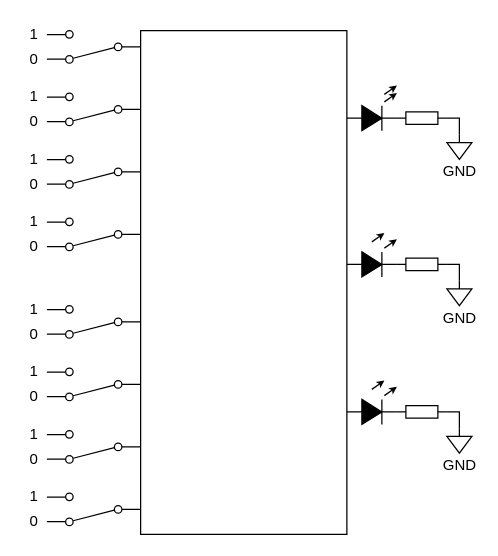
zeandon/draw.io keeps this draw.io diagram as 四位大小比较器.drawio. Above is the earlier version. Source tidied: cells renumbered, new cells numbered last; positions are measured from the earlier drawing's top-left corner, leaving out a move shared by most shapes. Both pictures are drawn from the tidied source at 125%, with x=0, y=0 at pixel (21, 21).
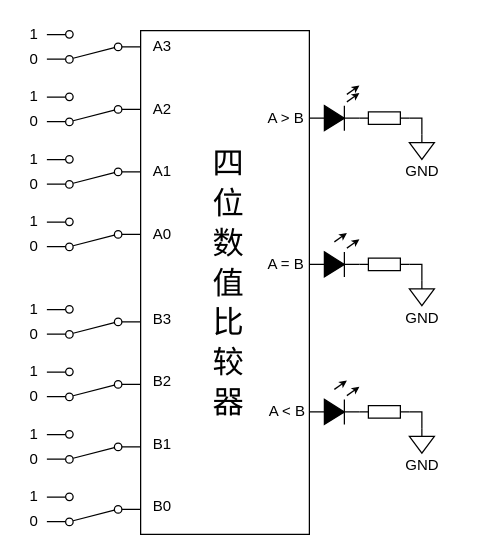
The same page after the edit.

Commit message (it also covers changes not shown here):
更新四位大小比较器.drawio

Diff of the diagram source:
```diff
@@
-    <mxCell id="14" style="rounded=0;whiteSpace=wrap;html=1;" parent="1" vertex="1">
-      <mxGeometry x="95" y="7" width="165" height="403" as="geometry" />
+    <mxCell id="14" value="四 位 数 值 比 较 器" style="rounded=0;whiteSpace=wrap;html=1;verticalAlign=middle;textDirection=vertical-lr;fontSize=25;" parent="1" vertex="1">
+      <mxGeometry x="95" y="7" width="135" height="403" as="geometry" />
     </mxCell>
@@
     <mxCell id="27" style="fillColor=strokeColor;verticalLabelPosition=bottom;shadow=0;dashed=0;align=center;html=1;verticalAlign=top;shape=mxgraph.electrical.diodes.diode;" parent="1" vertex="1">
-      <mxGeometry x="260" y="67" width="40" height="20" as="geometry" />
+      <mxGeometry x="230" y="67" width="40" height="20" as="geometry" />
     </mxCell>
     <mxCell id="28" value="GND" style="verticalLabelPosition=bottom;shadow=0;dashed=0;align=center;html=1;verticalAlign=middle;shape=mxgraph.electrical.signal_sources.signal_ground;strokeColor=default;fontFamily=Helvetica;fontSize=12;fontColor=default;fillColor=default;" parent="1" vertex="1">
-      <mxGeometry x="340" y="90" width="20" height="20" as="geometry" />
+      <mxGeometry x="310" y="90" width="20" height="20" as="geometry" />
     </mxCell>
     <mxCell id="29" style="endArrow=none;html=1;rounded=0;fontFamily=Helvetica;fontSize=12;fontColor=default;exitX=1;exitY=0.5;exitDx=0;exitDy=0;exitPerimeter=0;entryX=0.5;entryY=0;entryDx=0;entryDy=0;entryPerimeter=0;" parent="1" edge="1" source="31" target="28">
       <mxGeometry relative="1" as="geometry">
         <Array as="points">
-          <mxPoint x="350" y="77" />
+          <mxPoint x="320" y="77" />
         </Array>
       </mxGeometry>
     </mxCell>
     <mxCell id="30" style="endArrow=none;html=1;rounded=0;fontFamily=Helvetica;fontSize=12;fontColor=default;exitX=1;exitY=0.5;exitDx=0;exitDy=0;exitPerimeter=0;entryX=0;entryY=0.5;entryDx=0;entryDy=0;entryPerimeter=0;" parent="1" edge="1" target="27">
       <mxGeometry relative="1" as="geometry">
-        <mxPoint x="260" y="77" as="sourcePoint" />
+        <mxPoint x="230" y="77" as="sourcePoint" />
       </mxGeometry>
     </mxCell>
     <mxCell id="31" style="verticalLabelPosition=bottom;shadow=0;dashed=0;align=center;html=1;verticalAlign=top;shape=mxgraph.electrical.resistors.resistor_1;" parent="1" vertex="1">
-      <mxGeometry x="300" y="72" width="40" height="10" as="geometry" />
+      <mxGeometry x="270" y="72" width="40" height="10" as="geometry" />
     </mxCell>
     <mxCell id="32" style="endArrow=classic;html=1;rounded=0;fontFamily=Helvetica;fontSize=12;fontColor=default;strokeWidth=1;startSize=6;endSize=3;" parent="1" edge="1">
       <mxGeometry relative="1" as="geometry">
-        <mxPoint x="290" y="58" as="sourcePoint" />
-        <mxPoint x="300" y="51" as="targetPoint" />
+        <mxPoint x="260" y="58" as="sourcePoint" />
+        <mxPoint x="270" y="51" as="targetPoint" />
       </mxGeometry>
     </mxCell>
     <mxCell id="33" style="endArrow=classic;html=1;rounded=0;fontFamily=Helvetica;fontSize=12;fontColor=default;strokeWidth=1;startSize=6;endSize=3;" parent="1" edge="1">
       <mxGeometry relative="1" as="geometry">
-        <mxPoint x="290" y="64" as="sourcePoint" />
-        <mxPoint x="300" y="57" as="targetPoint" />
+        <mxPoint x="260" y="64" as="sourcePoint" />
+        <mxPoint x="270" y="57" as="targetPoint" />
       </mxGeometry>
     </mxCell>
     <mxCell id="34" style="fillColor=strokeColor;verticalLabelPosition=bottom;shadow=0;dashed=0;align=center;html=1;verticalAlign=top;shape=mxgraph.electrical.diodes.diode;" parent="1" vertex="1">
-      <mxGeometry x="260" y="184" width="40" height="20" as="geometry" />
+      <mxGeometry x="230" y="184" width="40" height="20" as="geometry" />
     </mxCell>
     <mxCell id="35" value="GND" style="verticalLabelPosition=bottom;shadow=0;dashed=0;align=center;html=1;verticalAlign=middle;shape=mxgraph.electrical.signal_sources.signal_ground;strokeColor=default;fontFamily=Helvetica;fontSize=12;fontColor=default;fillColor=default;" parent="1" vertex="1">
-      <mxGeometry x="340" y="207" width="20" height="20" as="geometry" />
+      <mxGeometry x="310" y="207" width="20" height="20" as="geometry" />
     </mxCell>
     <mxCell id="36" style="endArrow=none;html=1;rounded=0;fontFamily=Helvetica;fontSize=12;fontColor=default;exitX=1;exitY=0.5;exitDx=0;exitDy=0;exitPerimeter=0;entryX=0.5;entryY=0;entryDx=0;entryDy=0;entryPerimeter=0;" parent="1" edge="1" source="38" target="35">
       <mxGeometry relative="1" as="geometry">
         <Array as="points">
-          <mxPoint x="350" y="194" />
+          <mxPoint x="320" y="194" />
         </Array>
       </mxGeometry>
     </mxCell>
     <mxCell id="37" style="endArrow=none;html=1;rounded=0;fontFamily=Helvetica;fontSize=12;fontColor=default;exitX=1;exitY=0.5;exitDx=0;exitDy=0;exitPerimeter=0;entryX=0;entryY=0.5;entryDx=0;entryDy=0;entryPerimeter=0;" parent="1" edge="1" target="34">
       <mxGeometry relative="1" as="geometry">
-        <mxPoint x="260" y="194" as="sourcePoint" />
+        <mxPoint x="230" y="194" as="sourcePoint" />
       </mxGeometry>
     </mxCell>
     <mxCell id="38" style="verticalLabelPosition=bottom;shadow=0;dashed=0;align=center;html=1;verticalAlign=top;shape=mxgraph.electrical.resistors.resistor_1;" parent="1" vertex="1">
-      <mxGeometry x="300" y="189" width="40" height="10" as="geometry" />
+      <mxGeometry x="270" y="189" width="40" height="10" as="geometry" />
     </mxCell>
     <mxCell id="39" style="endArrow=classic;html=1;rounded=0;fontFamily=Helvetica;fontSize=12;fontColor=default;strokeWidth=1;startSize=6;endSize=3;" parent="1" edge="1">
       <mxGeometry relative="1" as="geometry">
-        <mxPoint x="280" y="176" as="sourcePoint" />
-        <mxPoint x="290" y="169" as="targetPoint" />
+        <mxPoint x="250" y="176" as="sourcePoint" />
+        <mxPoint x="260" y="169" as="targetPoint" />
       </mxGeometry>
     </mxCell>
     <mxCell id="40" style="endArrow=classic;html=1;rounded=0;fontFamily=Helvetica;fontSize=12;fontColor=default;strokeWidth=1;startSize=6;endSize=3;" parent="1" edge="1">
       <mxGeometry relative="1" as="geometry">
-        <mxPoint x="290" y="181" as="sourcePoint" />
-        <mxPoint x="300" y="174" as="targetPoint" />
+        <mxPoint x="260" y="181" as="sourcePoint" />
+        <mxPoint x="270" y="174" as="targetPoint" />
       </mxGeometry>
     </mxCell>
     <mxCell id="41" style="fillColor=strokeColor;verticalLabelPosition=bottom;shadow=0;dashed=0;align=center;html=1;verticalAlign=top;shape=mxgraph.electrical.diodes.diode;" parent="1" vertex="1">
-      <mxGeometry x="260" y="302" width="40" height="20" as="geometry" />
+      <mxGeometry x="230" y="302" width="40" height="20" as="geometry" />
     </mxCell>
     <mxCell id="42" value="GND" style="verticalLabelPosition=bottom;shadow=0;dashed=0;align=center;html=1;verticalAlign=middle;shape=mxgraph.electrical.signal_sources.signal_ground;strokeColor=default;fontFamily=Helvetica;fontSize=12;fontColor=default;fillColor=default;" parent="1" vertex="1">
-      <mxGeometry x="340" y="325" width="20" height="20" as="geometry" />
+      <mxGeometry x="310" y="325" width="20" height="20" as="geometry" />
     </mxCell>
     <mxCell id="43" style="endArrow=none;html=1;rounded=0;fontFamily=Helvetica;fontSize=12;fontColor=default;exitX=1;exitY=0.5;exitDx=0;exitDy=0;exitPerimeter=0;entryX=0.5;entryY=0;entryDx=0;entryDy=0;entryPerimeter=0;" parent="1" edge="1" source="45" target="42">
       <mxGeometry relative="1" as="geometry">
         <Array as="points">
-          <mxPoint x="350" y="312" />
+          <mxPoint x="320" y="312" />
         </Array>
       </mxGeometry>
     </mxCell>
     <mxCell id="44" style="endArrow=none;html=1;rounded=0;fontFamily=Helvetica;fontSize=12;fontColor=default;exitX=1;exitY=0.5;exitDx=0;exitDy=0;exitPerimeter=0;entryX=0;entryY=0.5;entryDx=0;entryDy=0;entryPerimeter=0;" parent="1" edge="1" target="41">
       <mxGeometry relative="1" as="geometry">
-        <mxPoint x="260" y="312" as="sourcePoint" />
+        <mxPoint x="230" y="312" as="sourcePoint" />
       </mxGeometry>
     </mxCell>
     <mxCell id="45" style="verticalLabelPosition=bottom;shadow=0;dashed=0;align=center;html=1;verticalAlign=top;shape=mxgraph.electrical.resistors.resistor_1;" parent="1" vertex="1">
-      <mxGeometry x="300" y="307" width="40" height="10" as="geometry" />
+      <mxGeometry x="270" y="307" width="40" height="10" as="geometry" />
     </mxCell>
     <mxCell id="46" style="endArrow=classic;html=1;rounded=0;fontFamily=Helvetica;fontSize=12;fontColor=default;strokeWidth=1;startSize=6;endSize=3;" parent="1" edge="1">
       <mxGeometry relative="1" as="geometry">
-        <mxPoint x="280" y="294" as="sourcePoint" />
-        <mxPoint x="290" y="287" as="targetPoint" />
+        <mxPoint x="250" y="294" as="sourcePoint" />
+        <mxPoint x="260" y="287" as="targetPoint" />
       </mxGeometry>
     </mxCell>
     <mxCell id="47" style="endArrow=classic;html=1;rounded=0;fontFamily=Helvetica;fontSize=12;fontColor=default;strokeWidth=1;startSize=6;endSize=3;" parent="1" edge="1">
       <mxGeometry relative="1" as="geometry">
-        <mxPoint x="290" y="299" as="sourcePoint" />
-        <mxPoint x="300" y="292" as="targetPoint" />
+        <mxPoint x="260" y="299" as="sourcePoint" />
+        <mxPoint x="270" y="292" as="targetPoint" />
       </mxGeometry>
     </mxCell>
+    <mxCell id="48" value="A3" style="text;html=1;whiteSpace=wrap;strokeColor=none;fillColor=none;align=center;verticalAlign=middle;rounded=0;" parent="1" vertex="1">
+      <mxGeometry x="95" y="5" width="35" height="30" as="geometry" />
+    </mxCell>
+    <mxCell id="49" value="A2" style="text;html=1;whiteSpace=wrap;strokeColor=none;fillColor=none;align=center;verticalAlign=middle;rounded=0;" parent="1" vertex="1">
+      <mxGeometry x="95" y="55" width="35" height="30" as="geometry" />
+    </mxCell>
+    <mxCell id="50" value="A1" style="text;html=1;whiteSpace=wrap;strokeColor=none;fillColor=none;align=center;verticalAlign=middle;rounded=0;" parent="1" vertex="1">
+      <mxGeometry x="95" y="105" width="35" height="30" as="geometry" />
+    </mxCell>
+    <mxCell id="51" value="A0" style="text;html=1;whiteSpace=wrap;strokeColor=none;fillColor=none;align=center;verticalAlign=middle;rounded=0;" parent="1" vertex="1">
+      <mxGeometry x="95" y="155" width="35" height="30" as="geometry" />
+    </mxCell>
+    <mxCell id="52" value="B3" style="text;html=1;whiteSpace=wrap;strokeColor=none;fillColor=none;align=center;verticalAlign=middle;rounded=0;" parent="1" vertex="1">
+      <mxGeometry x="95" y="223" width="35" height="30" as="geometry" />
+    </mxCell>
+    <mxCell id="53" value="B2" style="text;html=1;whiteSpace=wrap;strokeColor=none;fillColor=none;align=center;verticalAlign=middle;rounded=0;" parent="1" vertex="1">
+      <mxGeometry x="95" y="273" width="35" height="30" as="geometry" />
+    </mxCell>
+    <mxCell id="54" value="B1" style="text;html=1;whiteSpace=wrap;strokeColor=none;fillColor=none;align=center;verticalAlign=middle;rounded=0;" parent="1" vertex="1">
+      <mxGeometry x="95" y="323" width="35" height="30" as="geometry" />
+    </mxCell>
+    <mxCell id="55" value="B0" style="text;html=1;whiteSpace=wrap;strokeColor=none;fillColor=none;align=center;verticalAlign=middle;rounded=0;" parent="1" vertex="1">
+      <mxGeometry x="95" y="373" width="35" height="30" as="geometry" />
+    </mxCell>
+    <mxCell id="56" value="A &amp;gt; B" style="text;html=1;whiteSpace=wrap;strokeColor=none;fillColor=none;align=center;verticalAlign=middle;rounded=0;" parent="1" vertex="1">
+      <mxGeometry x="194" y="62" width="35" height="30" as="geometry" />
+    </mxCell>
+    <mxCell id="57" value="A = B" style="text;html=1;whiteSpace=wrap;strokeColor=none;fillColor=none;align=center;verticalAlign=middle;rounded=0;" parent="1" vertex="1">
+      <mxGeometry x="194" y="179" width="35" height="30" as="geometry" />
+    </mxCell>
+    <mxCell id="58" value="A &amp;lt; B" style="text;html=1;whiteSpace=wrap;strokeColor=none;fillColor=none;align=center;verticalAlign=middle;rounded=0;" parent="1" vertex="1">
+      <mxGeometry x="195" y="297" width="35" height="30" as="geometry" />
+    </mxCell>
```
